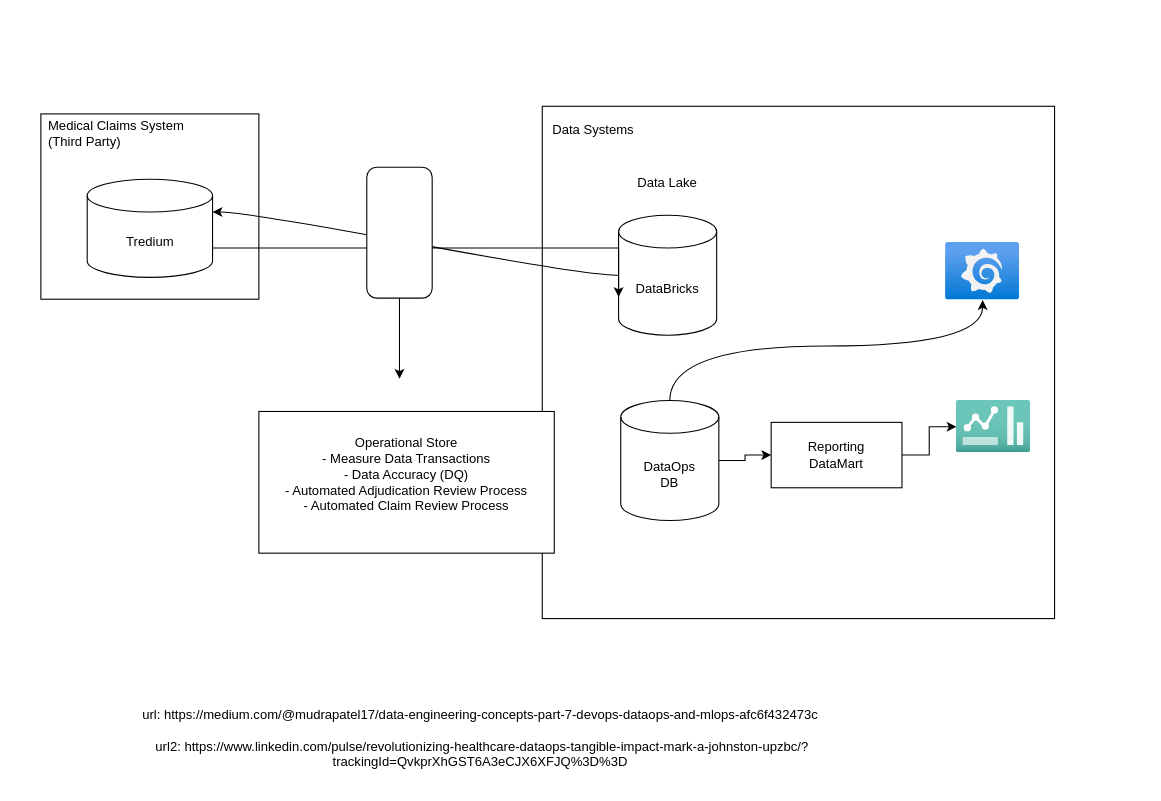
The draw.io diagram page "Page-1" (1 of 2) of medical_claims.drawio in rodriguezperezmartin/acc_test_repo, before the edit. Source tidied: cells renumbered, new cells numbered last; positions are measured from the earlier drawing's top-left corner, leaving out a move shared by most shapes. Both pictures are drawn from the tidied source at 109%, with x=0, y=0 at pixel (19, 106).
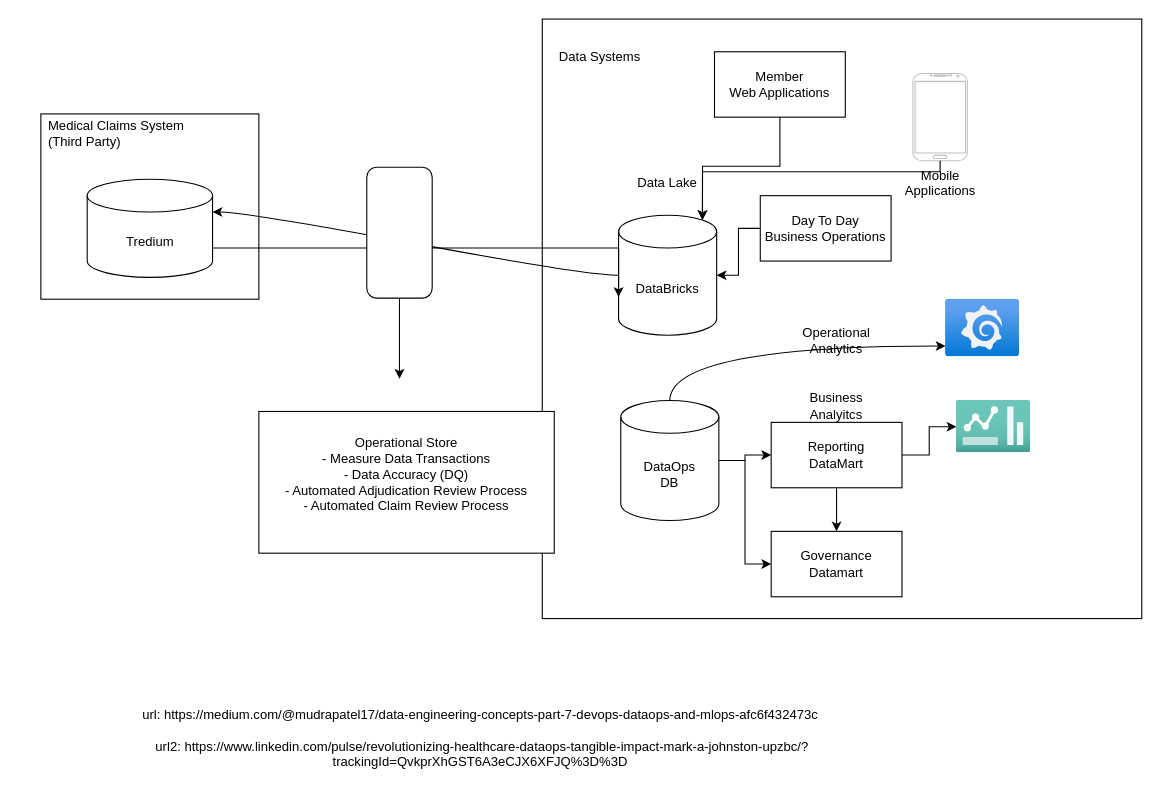
The same page after the edit.

Unchanged cells that the change refers to:
```xml
<mxCell id="3" value="DataBricks" style="shape=cylinder3;whiteSpace=wrap;html=1;boundedLbl=1;backgroundOutline=1;size=15;" parent="1" vertex="1">
  <mxGeometry x="550" y="100" width="90" height="110" as="geometry" />
</mxCell>
<mxCell id="17" value="DataOps&lt;br&gt;DB" style="shape=cylinder3;whiteSpace=wrap;html=1;boundedLbl=1;backgroundOutline=1;size=15;" parent="1" vertex="1">
  <mxGeometry x="552" y="270" width="90" height="110" as="geometry" />
</mxCell>
<mxCell id="19" value="Reporting&lt;br&gt;DataMart" style="rounded=0;whiteSpace=wrap;html=1;" parent="1" vertex="1">
  <mxGeometry x="690" y="290" width="120" height="60" as="geometry" />
</mxCell>
```

Diff of the diagram source:
```diff
@@
     <mxCell id="2" value="&lt;div style=&quot;&quot;&gt;&lt;br&gt;&lt;/div&gt;" style="whiteSpace=wrap;html=1;align=center;" parent="1" vertex="1">
-      <mxGeometry x="480" width="470" height="470" as="geometry" />
+      <mxGeometry x="480" y="-80" width="550" height="550" as="geometry" />
     </mxCell>
@@
     <mxCell id="4" value="Data Systems" style="text;html=1;align=center;verticalAlign=middle;whiteSpace=wrap;rounded=0;" parent="1" vertex="1">
-      <mxGeometry x="484" y="7" width="86" height="30" as="geometry" />
+      <mxGeometry x="490" y="-60" width="86" height="30" as="geometry" />
     </mxCell>
@@
+    <mxCell id="22" style="edgeStyle=orthogonalEdgeStyle;rounded=0;jettySize=auto;html=1;entryX=0;entryY=0.5;entryDx=0;entryDy=0;" parent="1" edge="1" source="17" target="32">
+      <mxGeometry relative="1" as="geometry" />
+    </mxCell>
@@
+    <mxCell id="23" style="edgeStyle=orthogonalEdgeStyle;rounded=0;jettySize=auto;html=1;entryX=0.5;entryY=0;entryDx=0;entryDy=0;" parent="1" edge="1" source="19" target="32">
+      <mxGeometry relative="1" as="geometry" />
+    </mxCell>
@@
     <mxCell id="21" style="image;html=1;points=[];align=center;fontSize=12;image=img/lib/azure2/other/Grafana.svg;" parent="1" vertex="1">
-      <mxGeometry x="850" y="125" width="68" height="52.8" as="geometry" />
+      <mxGeometry x="850" y="177" width="68" height="52.8" as="geometry" />
     </mxCell>
+    <mxCell id="24" value="Member&lt;br&gt;Web Applications" style="rounded=0;whiteSpace=wrap;html=1;" parent="1" vertex="1">
+      <mxGeometry x="638" y="-50" width="120" height="60" as="geometry" />
+    </mxCell>
+    <mxCell id="25" value="Mobile&lt;br&gt;Applications" style="verticalLabelPosition=bottom;verticalAlign=top;html=1;shadow=0;dashed=0;strokeWidth=1;shape=mxgraph.android.phone2;strokeColor=#c0c0c0;" parent="1" vertex="1">
+      <mxGeometry x="820" y="-30" width="50" height="80" as="geometry" />
+    </mxCell>
+    <mxCell id="26" style="edgeStyle=orthogonalEdgeStyle;rounded=0;jettySize=auto;html=1;" parent="1" edge="1" source="27" target="3">
+      <mxGeometry relative="1" as="geometry" />
+    </mxCell>
+    <mxCell id="27" value="Day To Day&lt;br&gt;Business Operations" style="rounded=0;whiteSpace=wrap;html=1;" parent="1" vertex="1">
+      <mxGeometry x="680" y="82" width="120" height="60" as="geometry" />
+    </mxCell>
+    <mxCell id="28" style="edgeStyle=orthogonalEdgeStyle;rounded=0;jettySize=auto;html=1;entryX=0.855;entryY=0;entryDx=0;entryDy=4.35;entryPerimeter=0;" parent="1" edge="1" source="24" target="3">
+      <mxGeometry relative="1" as="geometry" />
+    </mxCell>
+    <mxCell id="29" style="edgeStyle=orthogonalEdgeStyle;rounded=0;jettySize=auto;html=1;entryX=0.855;entryY=0;entryDx=0;entryDy=4.35;entryPerimeter=0;" parent="1" edge="1" source="25" target="3">
+      <mxGeometry relative="1" as="geometry">
+        <Array as="points">
+          <mxPoint x="845" y="60" />
+          <mxPoint x="627" y="60" />
+        </Array>
+      </mxGeometry>
+    </mxCell>
+    <mxCell id="30" value="Operational Analytics" style="text;html=1;align=center;verticalAlign=middle;whiteSpace=wrap;rounded=0;" parent="1" vertex="1">
+      <mxGeometry x="720" y="200" width="60" height="30" as="geometry" />
+    </mxCell>
+    <mxCell id="31" value="Business&lt;br&gt;Analyitcs" style="text;html=1;align=center;verticalAlign=middle;whiteSpace=wrap;rounded=0;" parent="1" vertex="1">
+      <mxGeometry x="720" y="260" width="60" height="30" as="geometry" />
+    </mxCell>
+    <mxCell id="32" value="Governance&lt;br&gt;Datamart" style="rounded=0;whiteSpace=wrap;html=1;" parent="1" vertex="1">
+      <mxGeometry x="690" y="390" width="120" height="60" as="geometry" />
+    </mxCell>
```
